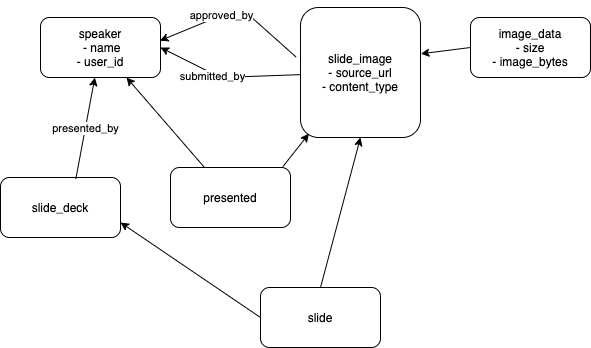
This is schema.drawio.png from hlship/speaker-karaoke, a draw.io export, as it was before one commit. Source tidied: cells renumbered, new cells last; positions are measured from the earlier drawing's top-left corner, leaving out a move shared by most shapes. Its diagram source:
```xml
<mxGraphModel>
  <root>
    <mxCell id="0" />
    <mxCell id="1" parent="0" />
    <mxCell id="2" value="speaker&lt;br&gt;&amp;nbsp;- name&lt;br&gt;- user_id" style="rounded=1;whiteSpace=wrap;html=1;" parent="1" vertex="1">
      <mxGeometry x="40" y="10" width="120" height="60" as="geometry" />
    </mxCell>
    <mxCell id="3" value="slide_image&lt;br&gt;- source_url&lt;br&gt;- content_type" style="rounded=1;whiteSpace=wrap;html=1;" parent="1" vertex="1">
      <mxGeometry x="300" width="120" height="130" as="geometry" />
    </mxCell>
    <mxCell id="4" value="image_data&lt;br&gt;- size&lt;br&gt;- image_bytes" style="rounded=1;whiteSpace=wrap;html=1;" parent="1" vertex="1">
      <mxGeometry x="470" y="10" width="120" height="60" as="geometry" />
    </mxCell>
    <mxCell id="5" style="endArrow=classic;html=1;entryX=1;entryY=0.5;entryDx=0;entryDy=0;" parent="1" edge="1" source="3" target="2">
      <mxGeometry relative="1" as="geometry">
        <Array as="points">
          <mxPoint x="220" y="70" />
        </Array>
      </mxGeometry>
    </mxCell>
    <mxCell id="6" value="submitted_by" style="edgeLabel;html=1;align=center;verticalAlign=middle;" parent="5" vertex="1">
      <mxGeometry x="0.19" y="2" relative="1" as="geometry" />
    </mxCell>
    <mxCell id="7" style="endArrow=classic;html=1;entryX=0.995;entryY=0.387;entryDx=0;entryDy=0;exitX=-0.039;exitY=0.379;exitDx=0;exitDy=0;exitPerimeter=0;entryPerimeter=0;" parent="1" edge="1" source="3" target="2">
      <mxGeometry relative="1" as="geometry">
        <Array as="points">
          <mxPoint x="240" />
        </Array>
      </mxGeometry>
    </mxCell>
    <mxCell id="8" value="approved_by" style="edgeLabel;html=1;align=center;verticalAlign=middle;" parent="7" vertex="1">
      <mxGeometry x="0.18" y="-1" relative="1" as="geometry" />
    </mxCell>
    <mxCell id="9" style="endArrow=classic;html=1;entryX=1.003;entryY=0.356;entryDx=0;entryDy=0;entryPerimeter=0;exitX=0;exitY=0.5;exitDx=0;exitDy=0;" parent="1" edge="1" source="4" target="3">
      <mxGeometry relative="1" as="geometry" />
    </mxCell>
    <mxCell id="10" value="presented" style="rounded=1;whiteSpace=wrap;html=1;" parent="1" vertex="1">
      <mxGeometry x="170" y="160" width="120" height="60" as="geometry" />
    </mxCell>
    <mxCell id="11" style="endArrow=classic;html=1;" parent="1" edge="1" source="10" target="2">
      <mxGeometry relative="1" as="geometry" />
    </mxCell>
    <mxCell id="12" style="endArrow=classic;html=1;entryX=0.07;entryY=0.971;entryDx=0;entryDy=0;entryPerimeter=0;exitX=0.936;exitY=-0.013;exitDx=0;exitDy=0;exitPerimeter=0;" parent="1" edge="1" source="10" target="3">
      <mxGeometry relative="1" as="geometry" />
    </mxCell>
    <mxCell id="13" value="slide_deck" style="rounded=1;whiteSpace=wrap;html=1;" parent="1" vertex="1">
      <mxGeometry y="170" width="120" height="60" as="geometry" />
    </mxCell>
    <mxCell id="14" value="presented_by" style="endArrow=classic;html=1;exitX=0.628;exitY=0.02;exitDx=0;exitDy=0;exitPerimeter=0;" parent="1" edge="1" source="13" target="2">
      <mxGeometry relative="1" as="geometry" />
    </mxCell>
    <mxCell id="15" style="edgeStyle=orthogonalEdgeStyle;rounded=0;orthogonalLoop=1;jettySize=auto;html=1;exitX=0.5;exitY=1;exitDx=0;exitDy=0;" parent="1" edge="1" source="10" target="10">
      <mxGeometry relative="1" as="geometry" />
    </mxCell>
    <mxCell id="16" value="slide" style="rounded=1;whiteSpace=wrap;html=1;" parent="1" vertex="1">
      <mxGeometry x="260" y="280" width="120" height="60" as="geometry" />
    </mxCell>
    <mxCell id="17" style="endArrow=classic;html=1;entryX=1;entryY=0.75;entryDx=0;entryDy=0;exitX=0;exitY=0.5;exitDx=0;exitDy=0;" parent="1" edge="1" source="16" target="13">
      <mxGeometry relative="1" as="geometry" />
    </mxCell>
    <mxCell id="18" style="endArrow=classic;html=1;entryX=0.5;entryY=1;entryDx=0;entryDy=0;exitX=0.5;exitY=0;exitDx=0;exitDy=0;" parent="1" edge="1" source="16" target="3">
      <mxGeometry relative="1" as="geometry" />
    </mxCell>
  </root>
</mxGraphModel>
```
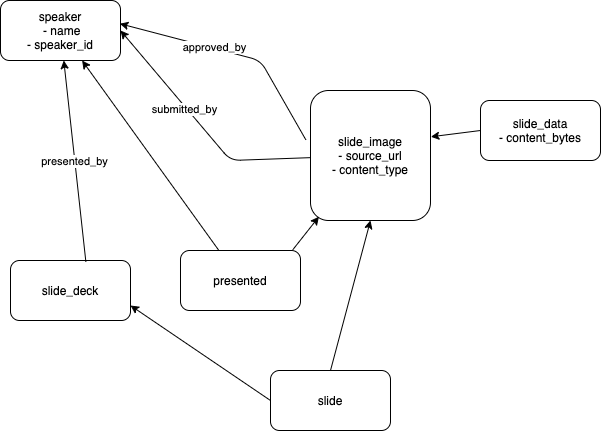
Later version of the same file.

Commit message:
Rename twitter_id to speaker_id

The edit, as a diff of the source:
```diff
@@ -2,13 +2,13 @@
   <root>
     <mxCell id="0" />
     <mxCell id="1" parent="0" />
-    <mxCell id="2" value="speaker&lt;br&gt;&amp;nbsp;- name&lt;br&gt;- user_id" style="rounded=1;whiteSpace=wrap;html=1;" parent="1" vertex="1">
-      <mxGeometry x="40" y="10" width="120" height="60" as="geometry" />
+    <mxCell id="2" value="speaker&lt;br&gt;&amp;nbsp;- name&lt;br&gt;- speaker_id" style="rounded=1;whiteSpace=wrap;html=1;" parent="1" vertex="1">
+      <mxGeometry x="-10" y="-90" width="120" height="60" as="geometry" />
     </mxCell>
     <mxCell id="3" value="slide_image&lt;br&gt;- source_url&lt;br&gt;- content_type" style="rounded=1;whiteSpace=wrap;html=1;" parent="1" vertex="1">
       <mxGeometry x="300" width="120" height="130" as="geometry" />
     </mxCell>
-    <mxCell id="4" value="image_data&lt;br&gt;- size&lt;br&gt;- image_bytes" style="rounded=1;whiteSpace=wrap;html=1;" parent="1" vertex="1">
+    <mxCell id="4" value="slide_data&lt;br&gt;- content_bytes" style="rounded=1;whiteSpace=wrap;html=1;" parent="1" vertex="1">
       <mxGeometry x="470" y="10" width="120" height="60" as="geometry" />
     </mxCell>
     <mxCell id="5" style="endArrow=classic;html=1;entryX=1;entryY=0.5;entryDx=0;entryDy=0;" parent="1" edge="1" source="3" target="2">
@@ -24,7 +24,7 @@
     <mxCell id="7" style="endArrow=classic;html=1;entryX=0.995;entryY=0.387;entryDx=0;entryDy=0;exitX=-0.039;exitY=0.379;exitDx=0;exitDy=0;exitPerimeter=0;entryPerimeter=0;" parent="1" edge="1" source="3" target="2">
       <mxGeometry relative="1" as="geometry">
         <Array as="points">
-          <mxPoint x="240" />
+          <mxPoint x="250" y="-30" />
         </Array>
       </mxGeometry>
     </mxCell>
```
